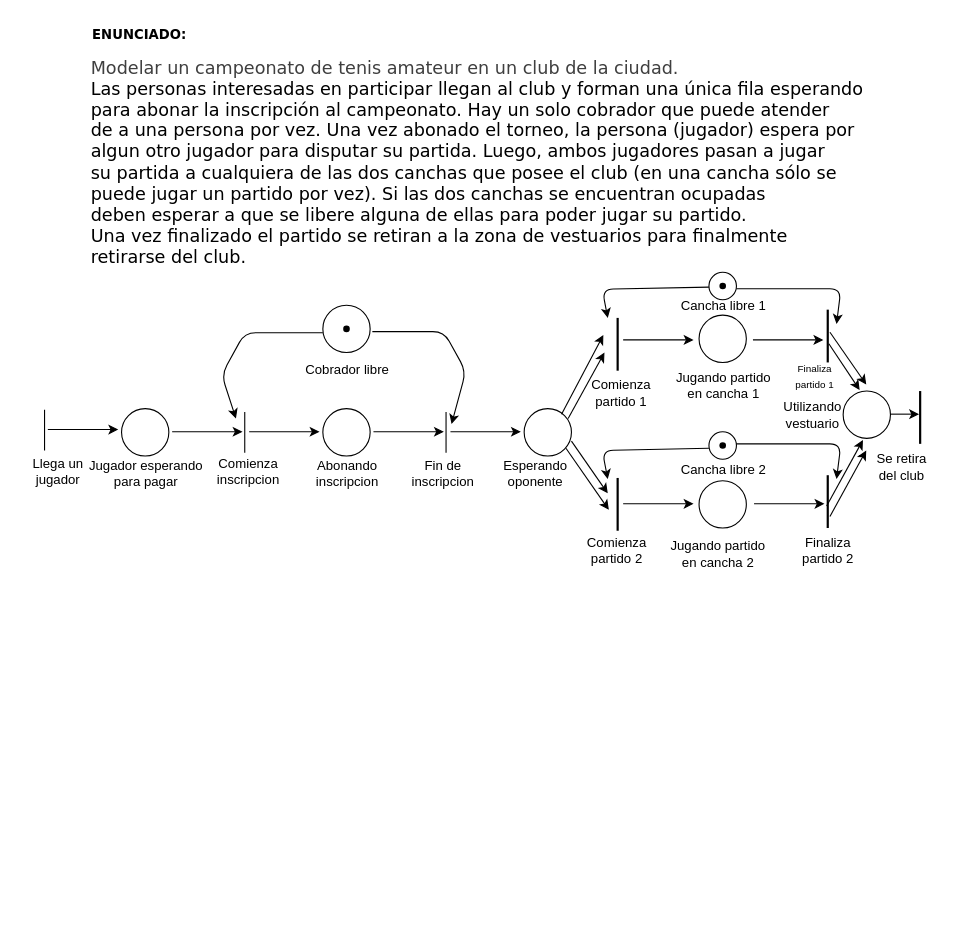
Before: practicas/respuestas_tp5.drawio in dazayamil/ingenieria-software-1-unlp, a draw.io diagram. Source tidied: cells renumbered, new cells numbered last; positions are measured from the earlier drawing's top-left corner, leaving out a move shared by most shapes. Both pictures are drawn from the tidied source at 110%, with x=0, y=0 at pixel (22, 19).
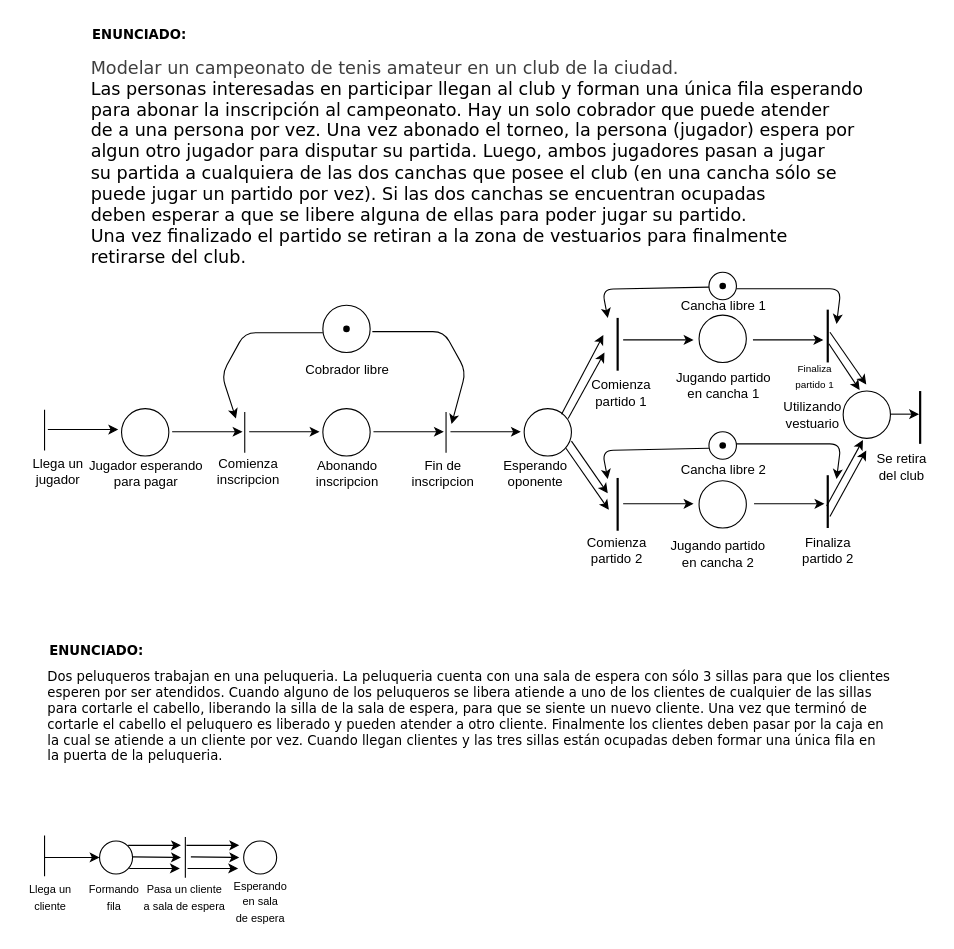
The same page after the edit.

Commit message (it also covers changes not shown here):
Ejercicio 11 DTE completado

The edit, as a diff of the source:
```diff
@@
+    <mxCell id="65" value="&lt;font face=&quot;Verdana&quot; style=&quot;font-size: 12px;&quot;&gt;&lt;b&gt;ENUNCIADO:&lt;/b&gt;&lt;/font&gt;" style="text;html=1;align=center;verticalAlign=middle;strokeColor=none;fillColor=none;" parent="1" vertex="1">
+      <mxGeometry x="14" y="560" width="106" height="27" as="geometry" />
+    </mxCell>
+    <mxCell id="66" value="&lt;font face=&quot;Verdana&quot; style=&quot;font-size: 12px;&quot;&gt;Dos peluqueros trabajan en una peluqueria. La peluqueria cuenta con una sala de espera con sólo 3 sillas para que los clientes&lt;/font&gt;&lt;div&gt;&lt;font face=&quot;Verdana&quot; style=&quot;font-size: 12px;&quot;&gt;esperen por ser atendidos. Cuando alguno de los peluqueros se libera atiende a uno de los clientes de cualquier de las sillas&lt;/font&gt;&lt;/div&gt;&lt;div&gt;&lt;font face=&quot;Verdana&quot; style=&quot;font-size: 12px;&quot;&gt;para cortarle el cabello, liberando la silla de la sala de espera, para que se siente un nuevo cliente. Una vez que terminó de&lt;/font&gt;&lt;/div&gt;&lt;div&gt;&lt;font face=&quot;Verdana&quot; style=&quot;font-size: 12px;&quot;&gt;cortarle el cabello el peluquero es liberado y pueden atender a otro cliente. Finalmente los clientes deben pasar por la caja en&lt;/font&gt;&lt;/div&gt;&lt;div&gt;&lt;font face=&quot;Verdana&quot; style=&quot;font-size: 12px;&quot;&gt;la cual se atiende a un cliente por vez. Cuando llegan clientes y las tres sillas están ocupadas deben formar una única fila en&lt;/font&gt;&lt;/div&gt;&lt;div&gt;&lt;font face=&quot;Verdana&quot; style=&quot;font-size: 12px;&quot;&gt;la puerta de la peluqueria.&lt;/font&gt;&lt;/div&gt;" style="text;html=1;align=left;verticalAlign=middle;strokeColor=none;fillColor=none;" parent="1" vertex="1">
+      <mxGeometry x="21" y="582" width="785" height="103" as="geometry" />
+    </mxCell>
+    <mxCell id="67" style="endArrow=none;html=1;" parent="1" edge="1">
+      <mxGeometry relative="1" as="geometry">
+        <mxPoint x="20" y="779" as="sourcePoint" />
+        <mxPoint x="20" y="742" as="targetPoint" />
+      </mxGeometry>
+    </mxCell>
+    <mxCell id="68" style="ellipse;whiteSpace=wrap;html=1;" parent="1" vertex="1">
+      <mxGeometry x="70" y="747" width="30" height="30" as="geometry" />
+    </mxCell>
+    <mxCell id="69" style="endArrow=classic;html=1;entryX=0;entryY=0.5;entryDx=0;entryDy=0;" parent="1" edge="1" target="68">
+      <mxGeometry relative="1" as="geometry">
+        <mxPoint x="20" y="762" as="sourcePoint" />
+      </mxGeometry>
+    </mxCell>
+    <mxCell id="70" value="&lt;span style=&quot;font-size: 10px;&quot;&gt;Llega un&lt;/span&gt;&lt;div&gt;&lt;span style=&quot;font-size: 10px;&quot;&gt;cliente&lt;/span&gt;&lt;/div&gt;" style="text;html=1;align=center;verticalAlign=middle;strokeColor=none;fillColor=none;" parent="1" vertex="1">
+      <mxGeometry x="-3" y="777" width="56" height="41" as="geometry" />
+    </mxCell>
+    <mxCell id="71" value="&lt;span style=&quot;font-size: 10px;&quot;&gt;Formando&lt;/span&gt;&lt;div&gt;&lt;span style=&quot;font-size: 10px;&quot;&gt;fila&lt;/span&gt;&lt;/div&gt;" style="text;html=1;align=center;verticalAlign=middle;strokeColor=none;fillColor=none;" parent="1" vertex="1">
+      <mxGeometry x="51" y="777" width="64" height="41" as="geometry" />
+    </mxCell>
+    <mxCell id="72" style="endArrow=classic;html=1;" parent="1" edge="1">
+      <mxGeometry relative="1" as="geometry">
+        <mxPoint x="96" y="751" as="sourcePoint" />
+        <mxPoint x="144" y="751" as="targetPoint" />
+      </mxGeometry>
+    </mxCell>
+    <mxCell id="73" style="endArrow=classic;html=1;" parent="1" edge="1">
+      <mxGeometry relative="1" as="geometry">
+        <mxPoint x="100" y="761.5" as="sourcePoint" />
+        <mxPoint x="144" y="762" as="targetPoint" />
+      </mxGeometry>
+    </mxCell>
+    <mxCell id="74" style="endArrow=classic;html=1;" parent="1" edge="1">
+      <mxGeometry relative="1" as="geometry">
+        <mxPoint x="97" y="772" as="sourcePoint" />
+        <mxPoint x="143" y="772" as="targetPoint" />
+      </mxGeometry>
+    </mxCell>
+    <mxCell id="75" style="endArrow=none;html=1;" parent="1" edge="1">
+      <mxGeometry relative="1" as="geometry">
+        <mxPoint x="148" y="780.5" as="sourcePoint" />
+        <mxPoint x="148" y="743.5" as="targetPoint" />
+      </mxGeometry>
+    </mxCell>
+    <mxCell id="76" style="endArrow=classic;html=1;" parent="1" edge="1">
+      <mxGeometry relative="1" as="geometry">
+        <mxPoint x="149" y="751" as="sourcePoint" />
+        <mxPoint x="197" y="751" as="targetPoint" />
+      </mxGeometry>
+    </mxCell>
+    <mxCell id="77" style="endArrow=classic;html=1;" parent="1" edge="1">
+      <mxGeometry relative="1" as="geometry">
+        <mxPoint x="153" y="761.5" as="sourcePoint" />
+        <mxPoint x="197" y="762" as="targetPoint" />
+      </mxGeometry>
+    </mxCell>
+    <mxCell id="78" style="endArrow=classic;html=1;" parent="1" edge="1">
+      <mxGeometry relative="1" as="geometry">
+        <mxPoint x="150" y="772" as="sourcePoint" />
+        <mxPoint x="196" y="772" as="targetPoint" />
+      </mxGeometry>
+    </mxCell>
+    <mxCell id="79" style="ellipse;whiteSpace=wrap;html=1;" parent="1" vertex="1">
+      <mxGeometry x="201" y="747" width="30" height="30" as="geometry" />
+    </mxCell>
+    <mxCell id="80" value="&lt;span style=&quot;font-size: 10px;&quot;&gt;Esperando&lt;/span&gt;&lt;div&gt;&lt;span style=&quot;font-size: 10px;&quot;&gt;en sala&lt;/span&gt;&lt;/div&gt;&lt;div&gt;&lt;span style=&quot;font-size: 10px;&quot;&gt;de espera&lt;/span&gt;&lt;/div&gt;" style="text;html=1;align=center;verticalAlign=middle;strokeColor=none;fillColor=none;" parent="1" vertex="1">
+      <mxGeometry x="183" y="774" width="66" height="55" as="geometry" />
+    </mxCell>
+    <mxCell id="81" value="&lt;span style=&quot;font-size: 10px;&quot;&gt;Pasa un cliente&lt;/span&gt;&lt;div&gt;&lt;span style=&quot;font-size: 10px;&quot;&gt;a sala de espera&lt;/span&gt;&lt;/div&gt;" style="text;html=1;align=center;verticalAlign=middle;strokeColor=none;fillColor=none;" parent="1" vertex="1">
+      <mxGeometry x="101" y="777" width="92" height="41" as="geometry" />
+    </mxCell>
```
